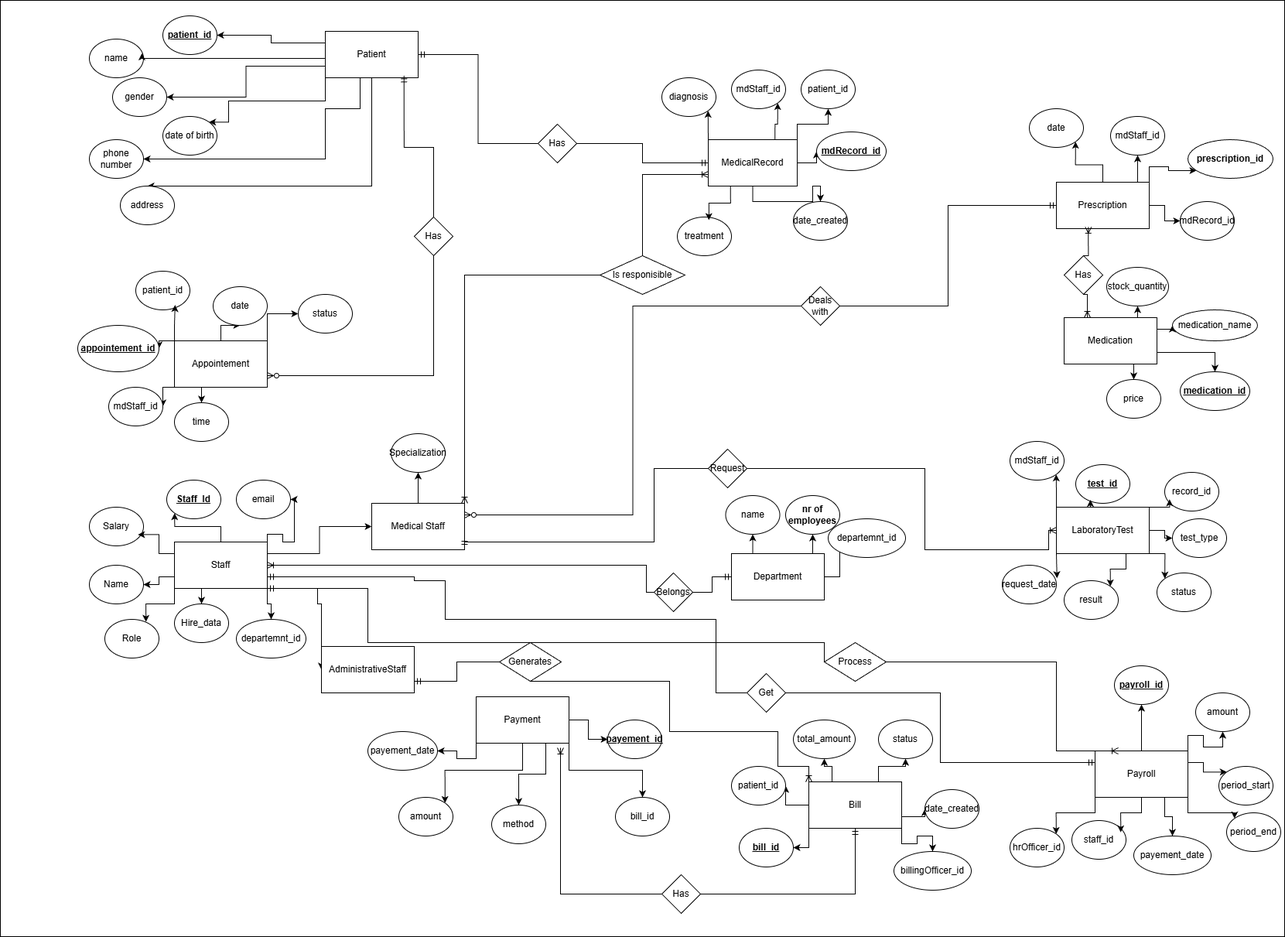
This is ERD_Diagram.png from John34263/Hospital-Administration-System, a draw.io export, as it was before one commit. Source tidied: cells renumbered, new cells last; positions are measured from the earlier drawing's top-left corner, leaving out a move shared by most shapes.
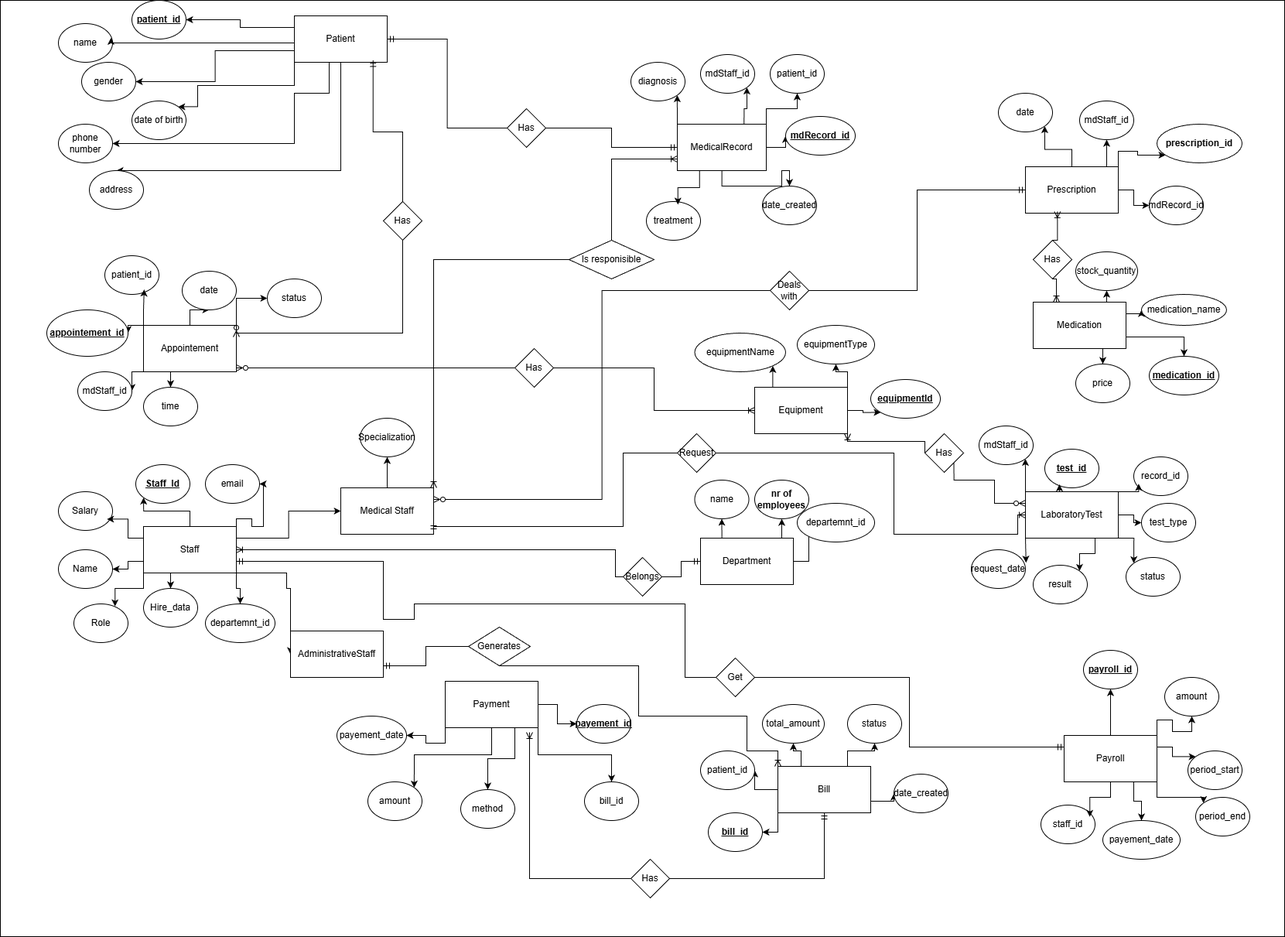
The same diagram one commit later.

Diff of the diagram source:
```diff
@@ -3,7 +3,7 @@
     <mxCell id="0" />
     <mxCell id="1" parent="0" />
     <mxCell id="2" value="&lt;span style=&quot;color: rgba(0, 0, 0, 0); font-family: monospace; font-size: 0px; text-align: start; text-wrap-mode: nowrap;&quot;&gt;%3CmxGraphModel%3E%3Croot%3E%3CmxCell%20id%3D%220%22%2F%3E%3CmxCell%20id%3D%221%22%20parent%3D%220%22%2F%3E%3CmxCell%20id%3D%222%22%20parent%3D%221%22%20style%3D%22ellipse%3BwhiteSpace%3Dwrap%3Bhtml%3D1%3B%22%20value%3D%22%22%20vertex%3D%221%22%3E%3CmxGeometry%20height%3D%2250%22%20width%3D%2270%22%20x%3D%22540%22%20y%3D%22300%22%20as%3D%22geometry%22%2F%3E%3C%2FmxCell%3E%3C%2Froot%3E%3C%2FmxGraphModel%3E&lt;/span&gt;&lt;span style=&quot;color: rgba(0, 0, 0, 0); font-family: monospace; font-size: 0px; text-align: start; text-wrap-mode: nowrap;&quot;&gt;%3CmxGraphModel%3E%3Croot%3E%3CmxCell%20id%3D%220%22%2F%3E%3CmxCell%20id%3D%221%22%20parent%3D%220%22%2F%3E%3CmxCell%20id%3D%222%22%20parent%3D%221%22%20style%3D%22ellipse%3BwhiteSpace%3Dwrap%3Bhtml%3D1%3B%22%20value%3D%22%22%20vertex%3D%221%22%3E%3CmxGeometry%20height%3D%2250%22%20width%3D%2270%22%20x%3D%22540%22%20y%3D%22300%22%20as%3D%22geometry%22%2F%3E%3C%2FmxCell%3E%3C%2Froot%3E%3C%2FmxGraphModel%3E&lt;/span&gt;&lt;span style=&quot;color: rgba(0, 0, 0, 0); font-family: monospace; font-size: 0px; text-align: start; text-wrap-mode: nowrap;&quot;&gt;%3CmxGraphModel%3E%3Croot%3E%3CmxCell%20id%3D%220%22%2F%3E%3CmxCell%20id%3D%221%22%20parent%3D%220%22%2F%3E%3CmxCell%20id%3D%222%22%20parent%3D%221%22%20style%3D%22ellipse%3BwhiteSpace%3Dwrap%3Bhtml%3D1%3B%22%20value%3D%22%22%20vertex%3D%221%22%3E%3CmxGeometry%20height%3D%2250%22%20width%3D%2270%22%20x%3D%22540%22%20y%3D%22300%22%20as%3D%22geometry%22%2F%3E%3C%2FmxCell%3E%3C%2Froot%3E%3C%2FmxGraphModel%3E&lt;/span&gt;&lt;span style=&quot;color: rgba(0, 0, 0, 0); font-family: monospace; font-size: 0px; text-align: start; text-wrap-mode: nowrap;&quot;&gt;%3CmxGraphModel%3E%3Croot%3E%3CmxCell%20id%3D%220%22%2F%3E%3CmxCell%20id%3D%221%22%20parent%3D%220%22%2F%3E%3CmxCell%20id%3D%222%22%20parent%3D%221%22%20style%3D%22ellipse%3BwhiteSpace%3Dwrap%3Bhtml%3D1%3B%22%20value%3D%22%22%20vertex%3D%221%22%3E%3CmxGeometry%20height%3D%2250%22%20width%3D%2270%22%20x%3D%22540%22%20y%3D%22300%22%20as%3D%22geometry%22%2F%3E%3C%2FmxCell%3E%3C%2Froot%3E%3C%2FmxGraphModel%3E&lt;/span&gt;&lt;span style=&quot;color: rgba(0, 0, 0, 0); font-family: monospace; font-size: 0px; text-align: start; text-wrap-mode: nowrap;&quot;&gt;%3CmxGraphModel%3E%3Croot%3E%3CmxCell%20id%3D%220%22%2F%3E%3CmxCell%20id%3D%221%22%20parent%3D%220%22%2F%3E%3CmxCell%20id%3D%222%22%20parent%3D%221%22%20style%3D%22ellipse%3BwhiteSpace%3Dwrap%3Bhtml%3D1%3B%22%20value%3D%22%22%20vertex%3D%221%22%3E%3CmxGeometry%20height%3D%2250%22%20width%3D%2270%22%20x%3D%22540%22%20y%3D%22300%22%20as%3D%22geometry%22%2F%3E%3C%2FmxCell%3E%3C%2Froot%3E%3C%2FmxGraphModel%3E&lt;/span&gt;&lt;span style=&quot;color: rgba(0, 0, 0, 0); font-family: monospace; font-size: 0px; text-align: start; text-wrap-mode: nowrap;&quot;&gt;%3CmxGraphModel%3E%3Croot%3E%3CmxCell%20id%3D%220%22%2F%3E%3CmxCell%20id%3D%221%22%20parent%3D%220%22%2F%3E%3CmxCell%20id%3D%222%22%20parent%3D%221%22%20style%3D%22ellipse%3BwhiteSpace%3Dwrap%3Bhtml%3D1%3B%22%20value%3D%22%22%20vertex%3D%221%22%3E%3CmxGeometry%20height%3D%2250%22%20width%3D%2270%22%20x%3D%22540%22%20y%3D%22300%22%20as%3D%22geometry%22%2F%3E%3C%2FmxCell%3E%3C%2Froot%3E%3C%2FmxGraphModel%3E&lt;/span&gt;&lt;span style=&quot;color: rgba(0, 0, 0, 0); font-family: monospace; font-size: 0px; text-align: start; text-wrap-mode: nowrap;&quot;&gt;%3CmxGraphModel%3E%3Croot%3E%3CmxCell%20id%3D%220%22%2F%3E%3CmxCell%20id%3D%221%22%20parent%3D%220%22%2F%3E%3CmxCell%20id%3D%222%22%20parent%3D%221%22%20style%3D%22ellipse%3BwhiteSpace%3Dwrap%3Bhtml%3D1%3B%22%20value%3D%22%22%20vertex%3D%221%22%3E%3CmxGeometry%20height%3D%2250%22%20width%3D%2270%22%20x%3D%22540%22%20y%3D%22300%22%20as%3D%22geometry%22%2F%3E%3C%2FmxCell%3E%3C%2Froot%3E%3C%2FmxGraphModel%3E&lt;/span&gt;&lt;span style=&quot;color: rgba(0, 0, 0, 0); font-family: monospace; font-size: 0px; text-align: start; text-wrap-mode: nowrap;&quot;&gt;%3CmxGraphModel%3E%3Croot%3E%3CmxCell%20id%3D%220%22%2F%3E%3CmxCell%20id%3D%221%22%20parent%3D%220%22%2F%3E%3CmxCell%20id%3D%222%22%20parent%3D%221%22%20style%3D%22ellipse%3BwhiteSpace%3Dwrap%3Bhtml%3D1%3B%22%20value%3D%22%22%20vertex%3D%221%22%3E%3CmxGeometry%20height%3D%2250%22%20width%3D%2270%22%20x%3D%22540%22%20y%3D%22300%22%20as%3D%22geometry%22%2F%3E%3C%2FmxCell%3E%3C%2Froot%3E%3C%2FmxGraphModel%3E&lt;/span&gt;&lt;span style=&quot;color: rgba(0, 0, 0, 0); font-family: monospace; font-size: 0px; text-align: start; text-wrap-mode: nowrap;&quot;&gt;%3CmxGraphModel%3E%3Croot%3E%3CmxCell%20id%3D%220%22%2F%3E%3CmxCell%20id%3D%221%22%20parent%3D%220%22%2F%3E%3CmxCell%20id%3D%222%22%20parent%3D%221%22%20style%3D%22ellipse%3BwhiteSpace%3Dwrap%3Bhtml%3D1%3B%22%20value%3D%22%22%20vertex%3D%221%22%3E%3CmxGeometry%20height%3D%2250%22%20width%3D%2270%22%20x%3D%22540%22%20y%3D%22300%22%20as%3D%22geometry%22%2F%3E%3C%2FmxCell%3E%3C%2Froot%3E%3C%2FmxGraphModel%3E&lt;/span&gt;&lt;span style=&quot;color: rgba(0, 0, 0, 0); font-family: monospace; font-size: 0px; text-align: start; text-wrap-mode: nowrap;&quot;&gt;%3CmxGraphModel%3E%3Croot%3E%3CmxCell%20id%3D%220%22%2F%3E%3CmxCell%20id%3D%221%22%20parent%3D%220%22%2F%3E%3CmxCell%20id%3D%222%22%20parent%3D%221%22%20style%3D%22ellipse%3BwhiteSpace%3Dwrap%3Bhtml%3D1%3B%22%20value%3D%22%22%20vertex%3D%221%22%3E%3CmxGeometry%20height%3D%2250%22%20width%3D%2270%22%20x%3D%22540%22%20y%3D%22300%22%20as%3D%22geometry%22%2F%3E%3C%2FmxCell%3E%3C%2Froot%3E%3C%2FmxGraphModel%3E&lt;/span&gt;&lt;span style=&quot;color: rgba(0, 0, 0, 0); font-family: monospace; font-size: 0px; text-align: start; text-wrap-mode: nowrap;&quot;&gt;%3CmxGraphModel%3E%3Croot%3E%3CmxCell%20id%3D%220%22%2F%3E%3CmxCell%20id%3D%221%22%20parent%3D%220%22%2F%3E%3CmxCell%20id%3D%222%22%20parent%3D%221%22%20style%3D%22ellipse%3BwhiteSpace%3Dwrap%3Bhtml%3D1%3B%22%20value%3D%22%22%20vertex%3D%221%22%3E%3CmxGeometry%20height%3D%2250%22%20width%3D%2270%22%20x%3D%22540%22%20y%3D%22300%22%20as%3D%22geometry%22%2F%3E%3C%2FmxCell%3E%3C%2Froot%3E%3C%2FmxGraphModel%3E&lt;/span&gt;&lt;span style=&quot;color: rgba(0, 0, 0, 0); font-family: monospace; font-size: 0px; text-align: start; text-wrap-mode: nowrap;&quot;&gt;%3CmxGraphModel%3E%3Croot%3E%3CmxCell%20id%3D%220%22%2F%3E%3CmxCell%20id%3D%221%22%20parent%3D%220%22%2F%3E%3CmxCell%20id%3D%222%22%20parent%3D%221%22%20style%3D%22ellipse%3BwhiteSpace%3Dwrap%3Bhtml%3D1%3B%22%20value%3D%22%22%20vertex%3D%221%22%3E%3CmxGeometry%20height%3D%2250%22%20width%3D%2270%22%20x%3D%22540%22%20y%3D%22300%22%20as%3D%22geometry%22%2F%3E%3C%2FmxCell%3E%3C%2Froot%3E%3C%2FmxGraphModel%3E&lt;/span&gt;&lt;span style=&quot;color: rgba(0, 0, 0, 0); font-family: monospace; font-size: 0px; text-align: start; text-wrap-mode: nowrap;&quot;&gt;%3CmxGraphModel%3E%3Croot%3E%3CmxCell%20id%3D%220%22%2F%3E%3CmxCell%20id%3D%221%22%20parent%3D%220%22%2F%3E%3CmxCell%20id%3D%222%22%20parent%3D%221%22%20style%3D%22ellipse%3BwhiteSpace%3Dwrap%3Bhtml%3D1%3B%22%20value%3D%22%22%20vertex%3D%221%22%3E%3CmxGeometry%20height%3D%2250%22%20width%3D%2270%22%20x%3D%22540%22%20y%3D%22300%22%20as%3D%22geometry%22%2F%3E%3C%2FmxCell%3E%3C%2Froot%3E%3C%2FmxGraphModel%3E&lt;/span&gt;&lt;span style=&quot;color: rgba(0, 0, 0, 0); font-family: monospace; font-size: 0px; text-align: start; text-wrap-mode: nowrap;&quot;&gt;%3CmxGraphModel%3E%3Croot%3E%3CmxCell%20id%3D%220%22%2F%3E%3CmxCell%20id%3D%221%22%20parent%3D%220%22%2F%3E%3CmxCell%20id%3D%222%22%20parent%3D%221%22%20style%3D%22ellipse%3BwhiteSpace%3Dwrap%3Bhtml%3D1%3B%22%20value%3D%22%22%20vertex%3D%221%22%3E%3CmxGeometry%20height%3D%2250%22%20width%3D%2270%22%20x%3D%22540%22%20y%3D%22300%22%20as%3D%22geometry%22%2F%3E%3C%2FmxCell%3E%3C%2Froot%3E%3C%2FmxGraphModel%3E&lt;/span&gt;&lt;span style=&quot;color: rgba(0, 0, 0, 0); font-family: monospace; font-size: 0px; text-align: start; text-wrap-mode: nowrap;&quot;&gt;%3CmxGraphModel%3E%3Croot%3E%3CmxCell%20id%3D%220%22%2F%3E%3CmxCell%20id%3D%221%22%20parent%3D%220%22%2F%3E%3CmxCell%20id%3D%222%22%20parent%3D%221%22%20style%3D%22ellipse%3BwhiteSpace%3Dwrap%3Bhtml%3D1%3B%22%20value%3D%22%22%20vertex%3D%221%22%3E%3CmxGeometry%20height%3D%2250%22%20width%3D%2270%22%20x%3D%22540%22%20y%3D%22300%22%20as%3D%22geometry%22%2F%3E%3C%2FmxCell%3E%3C%2Froot%3E%3C%2FmxGraphModel%3E&lt;/span&gt;&lt;span style=&quot;color: rgba(0, 0, 0, 0); font-family: monospace; font-size: 0px; text-align: start; text-wrap-mode: nowrap;&quot;&gt;%3CmxGraphModel%3E%3Croot%3E%3CmxCell%20id%3D%220%22%2F%3E%3CmxCell%20id%3D%221%22%20parent%3D%220%22%2F%3E%3CmxCell%20id%3D%222%22%20parent%3D%221%22%20style%3D%22ellipse%3BwhiteSpace%3Dwrap%3Bhtml%3D1%3B%22%20value%3D%22%22%20vertex%3D%221%22%3E%3CmxGeometry%20height%3D%2250%22%20width%3D%2270%22%20x%3D%22540%22%20y%3D%22300%22%20as%3D%22geometry%22%2F%3E%3C%2FmxCell%3E%3C%2Froot%3E%3C%2FmxGraphModel%3E&lt;/span&gt;&lt;span style=&quot;color: rgba(0, 0, 0, 0); font-family: monospace; font-size: 0px; text-align: start; text-wrap-mode: nowrap;&quot;&gt;%3CmxGraphModel%3E%3Croot%3E%3CmxCell%20id%3D%220%22%2F%3E%3CmxCell%20id%3D%221%22%20parent%3D%220%22%2F%3E%3CmxCell%20id%3D%222%22%20parent%3D%221%22%20style%3D%22ellipse%3BwhiteSpace%3Dwrap%3Bhtml%3D1%3B%22%20value%3D%22%22%20vertex%3D%221%22%3E%3CmxGeometry%20height%3D%2250%22%20width%3D%2270%22%20x%3D%22540%22%20y%3D%22300%22%20as%3D%22geometry%22%2F%3E%3C%2FmxCell%3E%3C%2Froot%3E%3C%2FmxGraphModel%3E&lt;/span&gt;" style="whiteSpace=wrap;html=1;" parent="1" vertex="1">
-      <mxGeometry width="1660" height="1210" as="geometry" />
+      <mxGeometry x="40" y="20" width="1660" height="1210" as="geometry" />
     </mxCell>
     <mxCell id="3" style="edgeStyle=orthogonalEdgeStyle;rounded=0;jettySize=auto;html=1;exitX=1;exitY=0;exitDx=0;exitDy=0;" parent="1" edge="1" source="7" target="92">
       <mxGeometry relative="1" as="geometry">
@@ -147,15 +147,6 @@
     <mxCell id="38" style="edgeStyle=orthogonalEdgeStyle;rounded=0;jettySize=auto;html=1;exitX=1;exitY=1;exitDx=0;exitDy=0;" parent="1" edge="1" source="40" target="141">
       <mxGeometry relative="1" as="geometry" />
     </mxCell>
-    <mxCell id="39" style="edgeStyle=orthogonalEdgeStyle;rounded=0;jettySize=auto;html=1;exitX=0;exitY=0.5;exitDx=0;exitDy=0;entryX=1;entryY=1;entryDx=0;entryDy=0;endArrow=ERmandOne;endFill=0;" parent="1" edge="1" source="172" target="40">
-      <mxGeometry relative="1" as="geometry">
-        <Array as="points">
-          <mxPoint x="1065" y="830" />
-          <mxPoint x="475" y="830" />
-          <mxPoint x="475" y="760" />
-        </Array>
-      </mxGeometry>
-    </mxCell>
     <mxCell id="40" value="Staff" style="rounded=0;whiteSpace=wrap;html=1;" parent="1" vertex="1">
       <mxGeometry x="225" y="700" width="120" height="60" as="geometry" />
     </mxCell>
@@ -194,9 +185,6 @@
     <mxCell id="50" style="edgeStyle=orthogonalEdgeStyle;rounded=0;jettySize=auto;html=1;exitX=0.75;exitY=1;exitDx=0;exitDy=0;" parent="1" edge="1" source="52" target="109">
       <mxGeometry relative="1" as="geometry" />
     </mxCell>
-    <mxCell id="51" style="edgeStyle=orthogonalEdgeStyle;rounded=0;jettySize=auto;html=1;exitX=0;exitY=1;exitDx=0;exitDy=0;entryX=1;entryY=0;entryDx=0;entryDy=0;" parent="1" edge="1" source="52" target="173">
-      <mxGeometry relative="1" as="geometry" />
-    </mxCell>
     <mxCell id="52" value="Payroll" style="rounded=0;whiteSpace=wrap;html=1;" parent="1" vertex="1">
       <mxGeometry x="1415" y="970" width="120" height="60" as="geometry" />
     </mxCell>
@@ -425,9 +413,6 @@
     <mxCell id="122" style="edgeStyle=orthogonalEdgeStyle;rounded=0;jettySize=auto;html=1;exitX=1;exitY=0.75;exitDx=0;exitDy=0;entryX=0;entryY=0.5;entryDx=0;entryDy=0;" parent="1" edge="1" source="124" target="129">
       <mxGeometry relative="1" as="geometry" />
     </mxCell>
-    <mxCell id="123" style="edgeStyle=orthogonalEdgeStyle;rounded=0;jettySize=auto;html=1;exitX=1;exitY=1;exitDx=0;exitDy=0;entryX=0.5;entryY=0;entryDx=0;entryDy=0;" parent="1" edge="1" source="124" target="174">
-      <mxGeometry relative="1" as="geometry" />
-    </mxCell>
     <mxCell id="124" value="Bill" style="rounded=0;whiteSpace=wrap;html=1;" parent="1" vertex="1">
       <mxGeometry x="1045" y="1010" width="120" height="60" as="geometry" />
     </mxCell>
@@ -512,8 +497,13 @@
     <mxCell id="151" value="Is responisible" style="rhombus;whiteSpace=wrap;html=1;" parent="1" vertex="1">
       <mxGeometry x="775" y="330" width="110" height="50" as="geometry" />
     </mxCell>
-    <mxCell id="152" style="edgeStyle=orthogonalEdgeStyle;rounded=0;jettySize=auto;html=1;exitX=0.5;exitY=1;exitDx=0;exitDy=0;entryX=1;entryY=0.75;entryDx=0;entryDy=0;endArrow=ERzeroToMany;endFill=0;" parent="1" edge="1" source="153" target="20">
-      <mxGeometry relative="1" as="geometry" />
+    <mxCell id="152" style="edgeStyle=orthogonalEdgeStyle;rounded=0;jettySize=auto;html=1;exitX=0.5;exitY=1;exitDx=0;exitDy=0;entryX=1;entryY=0.25;entryDx=0;entryDy=0;endArrow=ERzeroToMany;endFill=0;" parent="1" edge="1" source="153" target="20">
+      <mxGeometry relative="1" as="geometry">
+        <Array as="points">
+          <mxPoint x="560" y="450" />
+          <mxPoint x="345" y="450" />
+        </Array>
+      </mxGeometry>
     </mxCell>
     <mxCell id="153" value="Has" style="rhombus;whiteSpace=wrap;html=1;" parent="1" vertex="1">
       <mxGeometry x="535" y="280" width="50" height="50" as="geometry" />
@@ -530,8 +520,8 @@
           <mxPoint x="925" y="895" />
           <mxPoint x="925" y="800" />
           <mxPoint x="575" y="800" />
-          <mxPoint x="575" y="750" />
-          <mxPoint x="535" y="750" />
+          <mxPoint x="575" y="820" />
+          <mxPoint x="535" y="820" />
           <mxPoint x="535" y="745" />
         </Array>
       </mxGeometry>
@@ -594,22 +584,60 @@
     <mxCell id="170" style="edgeStyle=orthogonalEdgeStyle;rounded=0;jettySize=auto;html=1;exitX=0;exitY=0.5;exitDx=0;exitDy=0;entryX=0.908;entryY=1.1;entryDx=0;entryDy=0;entryPerimeter=0;endArrow=ERoneToMany;endFill=0;" parent="1" edge="1" source="148" target="58">
       <mxGeometry relative="1" as="geometry" />
     </mxCell>
-    <mxCell id="171" style="edgeStyle=orthogonalEdgeStyle;rounded=0;jettySize=auto;html=1;exitX=1;exitY=0.5;exitDx=0;exitDy=0;entryX=0.25;entryY=0;entryDx=0;entryDy=0;endArrow=ERoneToMany;endFill=0;" parent="1" edge="1" source="172" target="52">
-      <mxGeometry relative="1" as="geometry">
-        <Array as="points">
-          <mxPoint x="1365" y="855" />
-          <mxPoint x="1365" y="970" />
-        </Array>
-      </mxGeometry>
-    </mxCell>
-    <mxCell id="172" value="Process" style="rhombus;whiteSpace=wrap;html=1;" parent="1" vertex="1">
-      <mxGeometry x="1065" y="830" width="80" height="50" as="geometry" />
-    </mxCell>
-    <mxCell id="173" value="hrOfficer_id" style="ellipse;whiteSpace=wrap;html=1;" parent="1" vertex="1">
-      <mxGeometry x="1305" y="1070" width="70" height="50" as="geometry" />
-    </mxCell>
-    <mxCell id="174" value="billingOfficer_id" style="ellipse;whiteSpace=wrap;html=1;" parent="1" vertex="1">
-      <mxGeometry x="1155" y="1100" width="100" height="50" as="geometry" />
-    </mxCell>
+    <mxCell id="175" style="edgeStyle=orthogonalEdgeStyle;rounded=0;jettySize=auto;html=1;exitX=1;exitY=0.5;exitDx=0;exitDy=0;entryX=0;entryY=1;entryDx=0;entryDy=0;" parent="1" edge="1" source="178" target="179">
+      <mxGeometry relative="1" as="geometry" />
+    </mxCell>
+    <mxCell id="176" style="edgeStyle=orthogonalEdgeStyle;rounded=0;jettySize=auto;html=1;exitX=1;exitY=0;exitDx=0;exitDy=0;" parent="1" edge="1" source="178" target="180">
+      <mxGeometry relative="1" as="geometry" />
+    </mxCell>
+    <mxCell id="177" style="edgeStyle=orthogonalEdgeStyle;rounded=0;jettySize=auto;html=1;exitX=0.25;exitY=0;exitDx=0;exitDy=0;entryX=1;entryY=1;entryDx=0;entryDy=0;" parent="1" edge="1" source="178" target="181">
+      <mxGeometry relative="1" as="geometry" />
+    </mxCell>
+    <mxCell id="178" value="Equipment" style="rounded=0;whiteSpace=wrap;html=1;" parent="1" vertex="1">
+      <mxGeometry x="1015" y="520" width="120" height="60" as="geometry" />
+    </mxCell>
+    <mxCell id="179" value="&lt;b&gt;&lt;u&gt;equipmentId&lt;/u&gt;&lt;/b&gt;" style="ellipse;whiteSpace=wrap;html=1;" parent="1" vertex="1">
+      <mxGeometry x="1165" y="510" width="90" height="50" as="geometry" />
+    </mxCell>
+    <mxCell id="180" value="equipmentType" style="ellipse;whiteSpace=wrap;html=1;" parent="1" vertex="1">
+      <mxGeometry x="1070" y="440" width="100" height="50" as="geometry" />
+    </mxCell>
+    <mxCell id="181" value="equipmentName" style="ellipse;whiteSpace=wrap;html=1;" parent="1" vertex="1">
+      <mxGeometry x="937.5" y="450" width="117.5" height="50" as="geometry" />
+    </mxCell>
+    <mxCell id="182" style="edgeStyle=orthogonalEdgeStyle;rounded=0;jettySize=auto;html=1;exitX=1;exitY=0.5;exitDx=0;exitDy=0;entryX=0;entryY=0.5;entryDx=0;entryDy=0;endArrow=ERoneToMany;endFill=0;" parent="1" edge="1" source="184" target="178">
+      <mxGeometry relative="1" as="geometry" />
+    </mxCell>
+    <mxCell id="183" style="edgeStyle=orthogonalEdgeStyle;rounded=0;jettySize=auto;html=1;exitX=0;exitY=0.5;exitDx=0;exitDy=0;endArrow=ERzeroToMany;endFill=0;" parent="1" edge="1" source="184">
+      <mxGeometry relative="1" as="geometry">
+        <mxPoint x="345" y="495" as="targetPoint" />
+        <Array as="points">
+          <mxPoint x="345" y="495" />
+        </Array>
+      </mxGeometry>
+    </mxCell>
+    <mxCell id="184" value="Has" style="rhombus;whiteSpace=wrap;html=1;" parent="1" vertex="1">
+      <mxGeometry x="705" y="470" width="50" height="50" as="geometry" />
+    </mxCell>
+    <mxCell id="185" style="edgeStyle=orthogonalEdgeStyle;rounded=0;jettySize=auto;html=1;exitX=0;exitY=0.5;exitDx=0;exitDy=0;entryX=1;entryY=1;entryDx=0;entryDy=0;endArrow=ERoneToMany;endFill=0;" parent="1" edge="1" source="187" target="178">
+      <mxGeometry relative="1" as="geometry">
+        <Array as="points">
+          <mxPoint x="1235" y="590" />
+          <mxPoint x="1135" y="590" />
+        </Array>
+      </mxGeometry>
+    </mxCell>
+    <mxCell id="186" style="edgeStyle=orthogonalEdgeStyle;rounded=0;jettySize=auto;html=1;exitX=1;exitY=1;exitDx=0;exitDy=0;entryX=0;entryY=0.25;entryDx=0;entryDy=0;endArrow=ERzeroToMany;endFill=0;" parent="1" edge="1" source="187" target="45">
+      <mxGeometry relative="1" as="geometry">
+        <Array as="points">
+          <mxPoint x="1273" y="640" />
+          <mxPoint x="1325" y="640" />
+          <mxPoint x="1325" y="670" />
+        </Array>
+      </mxGeometry>
+    </mxCell>
+    <mxCell id="187" value="Has" style="rhombus;whiteSpace=wrap;html=1;" parent="1" vertex="1">
+      <mxGeometry x="1235" y="580" width="50" height="50" as="geometry" />
+    </mxCell>
   </root>
 </mxGraphModel>
```
